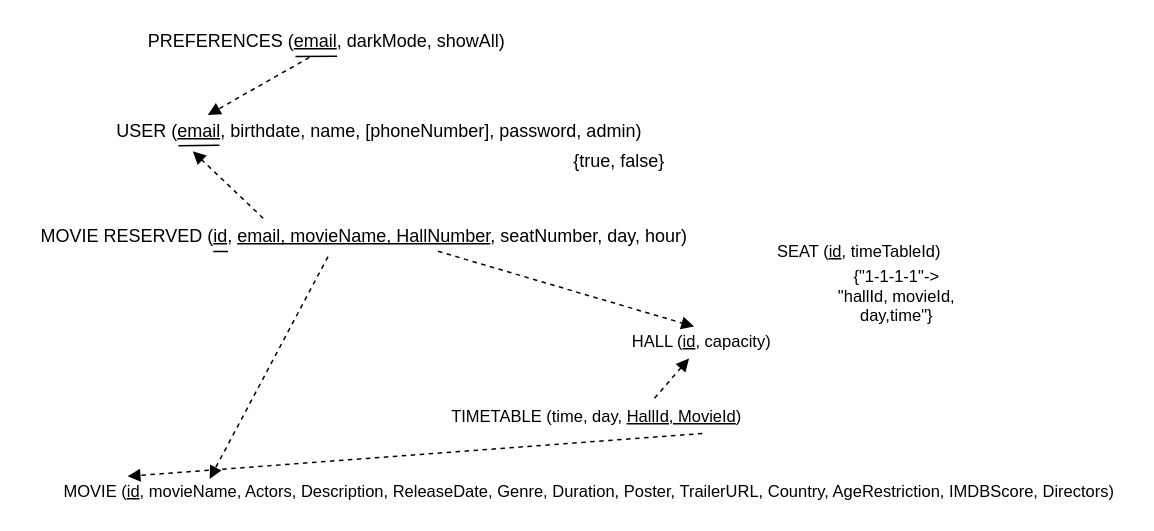
This is ORM/clIMAX-Rmap.drawio from Eduart2001/LINFO1212-2022-PF07, a draw.io file, before an edit. Source tidied: cells renumbered, new cells numbered last; positions are measured from the earlier drawing's top-left corner, leaving out a move shared by most shapes. Both pictures are drawn from the tidied source at 150%, with x=0, y=0 at pixel (26, 26).
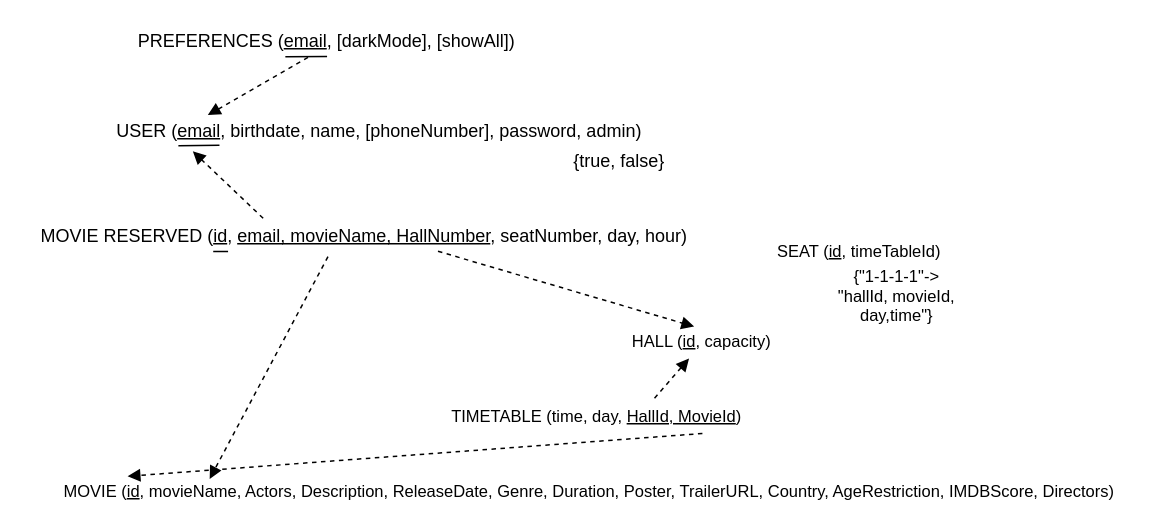
After the change.

What changed in the source:
```diff
@@
 <mxGraphModel>
   <root>
     <mxCell id="0" />
     <mxCell id="1" parent="0" />
     <mxCell id="2" value="USER (&lt;u&gt;email&lt;/u&gt;, birthdate, name, [phoneNumber], password, admin)" style="text;html=1;align=center;verticalAlign=middle;points=[];strokeColor=none;fillColor=none;" parent="1" vertex="1">
       <mxGeometry x="50" y="60" width="370" height="20" as="geometry" />
     </mxCell>
     <mxCell id="3" value="{true, false}" style="text;html=1;align=center;verticalAlign=middle;strokeColor=none;fillColor=none;" parent="1" vertex="1">
       <mxGeometry x="355" y="80" width="80" height="20" as="geometry" />
     </mxCell>
     <mxCell id="4" value="MOVIE RESERVED (&lt;u&gt;id&lt;/u&gt;, &lt;u&gt;email, movieName, HallNumber&lt;/u&gt;, seatNumber, day, hour)" style="text;html=1;align=center;verticalAlign=middle;points=[];strokeColor=none;fillColor=none;" parent="1" vertex="1">
       <mxGeometry y="130" width="450" height="20" as="geometry" />
     </mxCell>
     <mxCell id="5" style="html=1;verticalAlign=bottom;labelBackgroundColor=none;endArrow=block;endFill=1;dashed=1;rounded=0;fontFamily=Helvetica;fontSize=11;fontColor=default;strokeColor=default;entryX=0.165;entryY=1.169;entryDx=0;entryDy=0;entryPerimeter=0;exitX=0.351;exitY=-0.099;exitDx=0;exitDy=0;exitPerimeter=0;" parent="1" edge="1" source="4" target="2">
       <mxGeometry relative="1" as="geometry" />
     </mxCell>
     <mxCell id="6" style="endArrow=none;html=1;rounded=0;labelBackgroundColor=default;fontFamily=Helvetica;fontSize=11;fontColor=default;strokeColor=default;entryX=0.213;entryY=0.97;entryDx=0;entryDy=0;entryPerimeter=0;exitX=0.139;exitY=0.981;exitDx=0;exitDy=0;exitPerimeter=0;" parent="1" edge="1" source="2" target="2">
       <mxGeometry relative="1" as="geometry" />
     </mxCell>
     <mxCell id="7" style="endArrow=none;html=1;rounded=0;labelBackgroundColor=default;fontFamily=Helvetica;fontSize=11;fontColor=default;strokeColor=default;entryX=0.299;entryY=1.012;entryDx=0;entryDy=0;entryPerimeter=0;exitX=0.277;exitY=1.005;exitDx=0;exitDy=0;exitPerimeter=0;" parent="1" edge="1" source="4" target="4">
       <mxGeometry relative="1" as="geometry" />
     </mxCell>
     <mxCell id="8" value="SEAT (&lt;u&gt;id&lt;/u&gt;, timeTableId)" style="text;html=1;align=center;verticalAlign=middle;strokeColor=none;fillColor=none;fontSize=11;fontFamily=Helvetica;fontColor=default;" parent="1" vertex="1">
       <mxGeometry x="495" y="140" width="120" height="20" as="geometry" />
     </mxCell>
     <mxCell id="9" value="HALL (&lt;u&gt;id&lt;/u&gt;, capacity)" style="text;html=1;align=center;verticalAlign=middle;points=[];strokeColor=none;fillColor=none;fontSize=11;fontFamily=Helvetica;fontColor=default;" parent="1" vertex="1">
       <mxGeometry x="395" y="200" width="110" height="20" as="geometry" />
     </mxCell>
     <mxCell id="10" style="html=1;verticalAlign=bottom;labelBackgroundColor=none;endArrow=block;endFill=1;dashed=1;rounded=0;fontFamily=Helvetica;fontSize=11;fontColor=default;strokeColor=default;exitX=0.61;exitY=1;exitDx=0;exitDy=0;exitPerimeter=0;entryX=0.457;entryY=0.012;entryDx=0;entryDy=0;entryPerimeter=0;" parent="1" edge="1" source="4" target="9">
       <mxGeometry relative="1" as="geometry" />
     </mxCell>
     <mxCell id="11" value="TIMETABLE (time, day&lt;u&gt;,&lt;/u&gt; &lt;u&gt;HallId, MovieId&lt;/u&gt;)" style="text;html=1;align=center;verticalAlign=middle;points=[];strokeColor=none;fillColor=none;fontSize=11;fontFamily=Helvetica;fontColor=default;" parent="1" vertex="1">
       <mxGeometry x="275" y="250" width="210" height="20" as="geometry" />
     </mxCell>
     <mxCell id="12" value="MOVIE (&lt;u&gt;id&lt;/u&gt;, movieName, Actors, Description, ReleaseDate, Genre, Duration, Poster, TrailerURL, Country, AgeRestriction, IMDBScore, Directors)" style="text;html=1;align=center;verticalAlign=middle;points=[];strokeColor=none;fillColor=none;fontSize=11;fontFamily=Helvetica;fontColor=default;" parent="1" vertex="1">
       <mxGeometry x="15" y="300" width="720" height="20" as="geometry" />
     </mxCell>
     <mxCell id="13" style="html=1;verticalAlign=bottom;labelBackgroundColor=none;endArrow=block;endFill=1;dashed=1;rounded=0;fontFamily=Helvetica;fontSize=11;fontColor=default;strokeColor=default;exitX=0.837;exitY=1.075;exitDx=0;exitDy=0;exitPerimeter=0;entryX=0.073;entryY=0;entryDx=0;entryDy=0;entryPerimeter=0;" parent="1" edge="1" source="11" target="12">
       <mxGeometry relative="1" as="geometry" />
     </mxCell>
     <mxCell id="14" style="html=1;verticalAlign=bottom;labelBackgroundColor=none;endArrow=block;endFill=1;dashed=1;rounded=0;fontFamily=Helvetica;fontSize=11;fontColor=default;strokeColor=default;exitX=0.685;exitY=-0.1;exitDx=0;exitDy=0;exitPerimeter=0;entryX=0.426;entryY=1.075;entryDx=0;entryDy=0;entryPerimeter=0;" parent="1" edge="1" source="11" target="9">
       <mxGeometry relative="1" as="geometry" />
     </mxCell>
     <mxCell id="15" style="html=1;verticalAlign=bottom;labelBackgroundColor=none;endArrow=block;endFill=1;dashed=1;rounded=0;fontFamily=Helvetica;fontSize=11;fontColor=default;strokeColor=default;exitX=0.447;exitY=1.18;exitDx=0;exitDy=0;exitPerimeter=0;entryX=0.149;entryY=0.089;entryDx=0;entryDy=0;entryPerimeter=0;" parent="1" edge="1" source="4" target="12">
       <mxGeometry relative="1" as="geometry" />
     </mxCell>
     <mxCell id="16" value="{&quot;1-1-1-1&quot;-&amp;gt;&lt;br&gt;&quot;hallId, movieId,&lt;br&gt;day,time&quot;}" style="text;html=1;align=center;verticalAlign=middle;strokeColor=none;fillColor=none;fontSize=11;fontFamily=Helvetica;fontColor=default;" parent="1" vertex="1">
       <mxGeometry x="535" y="160" width="90" height="40" as="geometry" />
     </mxCell>
-    <mxCell id="17" value="PREFERENCES (&lt;u&gt;email&lt;/u&gt;, darkMode, showAll)" style="text;html=1;align=center;verticalAlign=middle;points=[];strokeColor=none;fillColor=none;" parent="1" vertex="1">
-      <mxGeometry x="75" width="250" height="20" as="geometry" />
+    <mxCell id="17" value="PREFERENCES (&lt;u&gt;email&lt;/u&gt;, [darkMode], [showAll])" style="text;html=1;align=center;verticalAlign=middle;points=[];strokeColor=none;fillColor=none;" parent="1" vertex="1">
+      <mxGeometry x="65" width="270" height="20" as="geometry" />
     </mxCell>
     <mxCell id="18" style="html=1;verticalAlign=bottom;labelBackgroundColor=none;endArrow=block;endFill=1;dashed=1;rounded=0;fontFamily=Helvetica;fontSize=11;fontColor=default;strokeColor=default;entryX=0.192;entryY=-0.038;entryDx=0;entryDy=0;entryPerimeter=0;exitX=0.455;exitY=1.038;exitDx=0;exitDy=0;exitPerimeter=0;" parent="1" edge="1" source="17" target="2">
       <mxGeometry relative="1" as="geometry" />
     </mxCell>
-    <mxCell id="19" style="endArrow=none;html=1;rounded=0;labelBackgroundColor=default;fontFamily=Helvetica;fontSize=11;fontColor=default;strokeColor=default;entryX=0.529;entryY=0.999;entryDx=0;entryDy=0;entryPerimeter=0;exitX=0.418;exitY=1.008;exitDx=0;exitDy=0;exitPerimeter=0;" parent="1" edge="1" source="17" target="17">
+    <mxCell id="19" style="endArrow=none;html=1;rounded=0;labelBackgroundColor=default;fontFamily=Helvetica;fontSize=11;fontColor=default;strokeColor=default;exitX=0.399;exitY=1.02;exitDx=0;exitDy=0;exitPerimeter=0;entryX=0.502;entryY=1.007;entryDx=0;entryDy=0;entryPerimeter=0;" parent="1" edge="1" source="17" target="17">
       <mxGeometry relative="1" as="geometry" />
     </mxCell>
   </root>
 </mxGraphModel>
```
